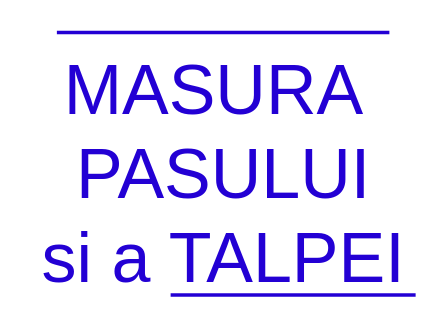
sheeperoni/Diagrams keeps this draw.io diagram as 59E2A859-BF23-4DF1-B4E7-915B1BF70238_1_201_a.drawio.xml. Above is the earlier version. Source tidied: cells renumbered, new cells numbered last; positions are measured from the earlier drawing's top-left corner, leaving out a move shared by most shapes. Both pictures are drawn from the tidied source at 175%, with x=0, y=0 at pixel (30, 32).
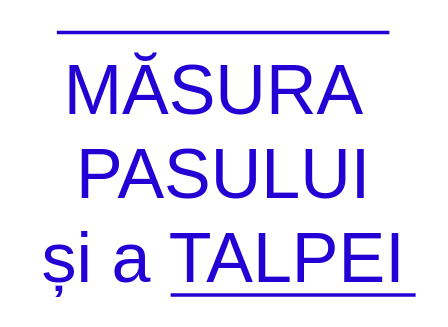
The same page after the edit.

What changed in the source:
```diff
@@
 <mxGraphModel>
   <root>
     <mxCell id="0" />
     <mxCell id="1" parent="0" />
-    <mxCell id="2" value="&lt;font style=&quot;font-size: 40px&quot; color=&quot;#2300d4&quot;&gt;MASURA&amp;nbsp;&lt;br&gt;PASULUI&lt;br&gt;si a TALPEI&lt;br&gt;&lt;/font&gt;" style="text;html=1;align=center;verticalAlign=middle;strokeColor=none;fillColor=none;" parent="1" vertex="1">
+    <mxCell id="2" value="&lt;font style=&quot;font-size: 40px&quot; color=&quot;#2300d4&quot;&gt;MĂSURA&amp;nbsp;&lt;br&gt;PASULUI&lt;br&gt;și a TALPEI&lt;br&gt;&lt;/font&gt;" style="text;html=1;align=center;verticalAlign=middle;strokeColor=none;fillColor=none;" parent="1" vertex="1">
       <mxGeometry y="40" width="220" height="80" as="geometry" />
     </mxCell>
     <mxCell id="3" style="endArrow=none;html=1;rounded=0;fontSize=40;fontColor=#2300D4;strokeColor=#2300D4;strokeWidth=2;" parent="1" edge="1">
       <mxGeometry relative="1" as="geometry">
         <mxPoint x="80" y="150" as="sourcePoint" />
         <mxPoint x="220" y="150" as="targetPoint" />
       </mxGeometry>
     </mxCell>
     <mxCell id="4" style="endArrow=none;html=1;rounded=0;fontSize=40;fontColor=#2300D4;strokeColor=#2300D4;strokeWidth=2;" parent="1" edge="1">
       <mxGeometry relative="1" as="geometry">
         <mxPoint x="15" as="sourcePoint" />
         <mxPoint x="205" as="targetPoint" />
       </mxGeometry>
     </mxCell>
   </root>
 </mxGraphModel>
```
